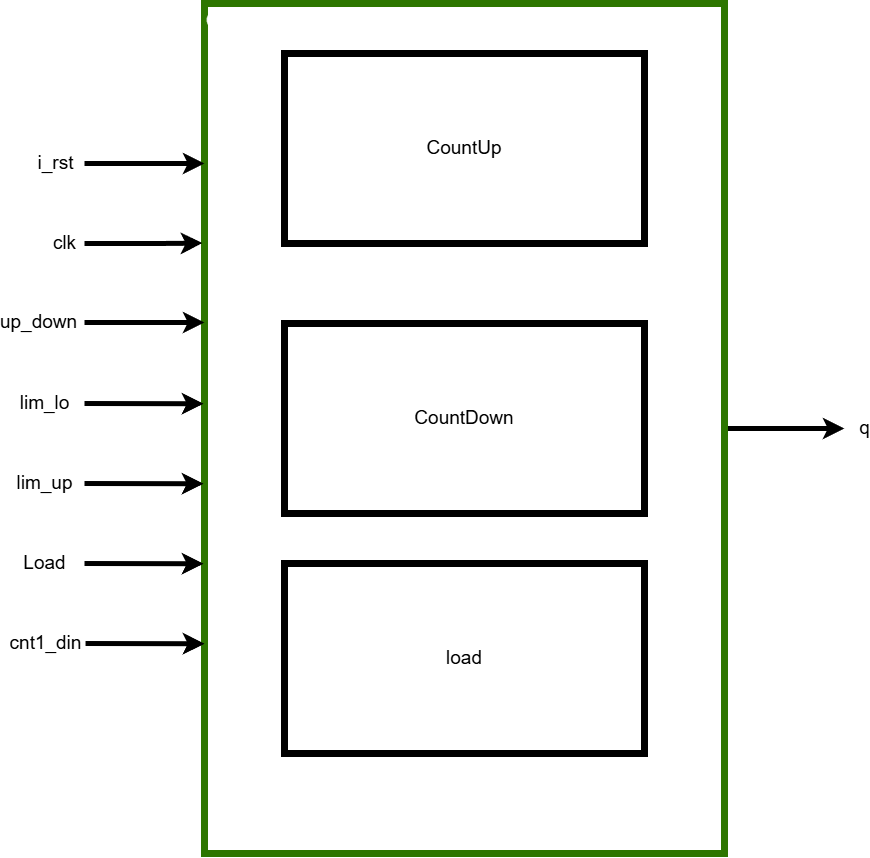
gordonpow/lab_hardware_test keeps this draw.io diagram as 2/img/架構圖.png. Above is the earlier version. Source tidied: cells renumbered, new cells last; positions are measured from the earlier drawing's top-left corner, leaving out a move shared by most shapes.
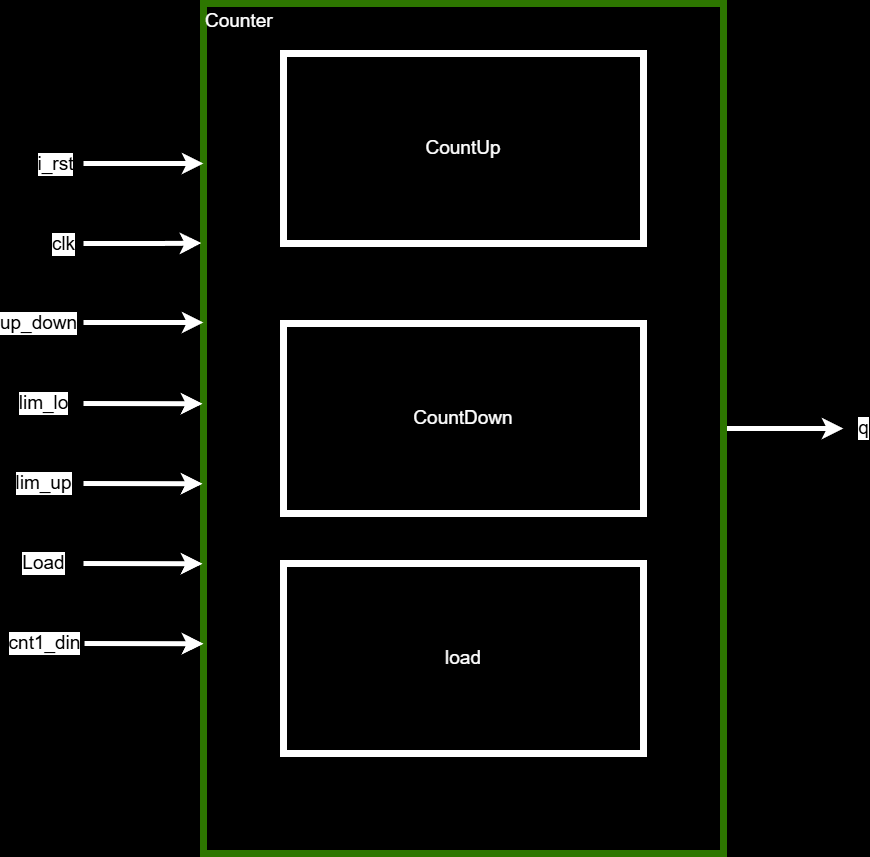
Above is the later version.

Diff of the diagram source:
```diff
@@ -1,8 +1,8 @@
-<mxGraphModel>
+<mxGraphModel background="#000000">
   <root>
     <mxCell id="0" />
     <mxCell id="1" parent="0" />
-    <mxCell id="2" value="q" style="edgeStyle=none;html=1;exitX=1;exitY=0.5;exitDx=0;exitDy=0;fontSize=19;strokeWidth=5;" parent="1" edge="1" source="3">
+    <mxCell id="2" value="q" style="edgeStyle=none;html=1;exitX=1;exitY=0.5;exitDx=0;exitDy=0;fontSize=19;strokeWidth=5;strokeColor=#FFFFFF;" parent="1" edge="1" source="3">
       <mxGeometry x="1" y="20" relative="1" as="geometry">
         <mxPoint x="760" y="425" as="targetPoint" />
         <mxPoint x="20" y="20" as="offset" />
@@ -11,13 +11,13 @@
     <mxCell id="3" value="Counter" style="rounded=0;whiteSpace=wrap;html=1;fillColor=none;fontColor=#ffffff;strokeColor=#2D7600;strokeWidth=7;align=left;horizontal=1;verticalAlign=top;fontSize=19;" parent="1" vertex="1">
       <mxGeometry x="120" width="520" height="850" as="geometry" />
     </mxCell>
-    <mxCell id="4" value="CountUp" style="rounded=0;whiteSpace=wrap;html=1;strokeWidth=7;fontSize=19;fillColor=none;" parent="1" vertex="1">
+    <mxCell id="4" value="&lt;font color=&quot;#ffffff&quot;&gt;CountUp&lt;/font&gt;" style="rounded=0;whiteSpace=wrap;html=1;strokeWidth=7;fontSize=19;fillColor=none;strokeColor=#FFFFFF;" parent="1" vertex="1">
       <mxGeometry x="200" y="50" width="360" height="190" as="geometry" />
     </mxCell>
-    <mxCell id="5" value="CountDown" style="rounded=0;whiteSpace=wrap;html=1;strokeWidth=7;fontSize=19;fillColor=none;" parent="1" vertex="1">
+    <mxCell id="5" value="&lt;font color=&quot;#ffffff&quot;&gt;CountDown&lt;/font&gt;" style="rounded=0;whiteSpace=wrap;html=1;strokeWidth=7;fontSize=19;fillColor=none;strokeColor=#FFFFFF;glass=0;shadow=0;" parent="1" vertex="1">
       <mxGeometry x="200" y="320" width="360" height="190" as="geometry" />
     </mxCell>
-    <mxCell id="6" style="endArrow=classic;html=1;fontSize=19;strokeWidth=5;" parent="1" edge="1">
+    <mxCell id="6" style="endArrow=classic;html=1;fontSize=19;strokeWidth=5;strokeColor=#FFFFFF;" parent="1" edge="1">
       <mxGeometry relative="1" as="geometry">
         <mxPoint y="160" as="sourcePoint" />
         <mxPoint x="120" y="160" as="targetPoint" />
@@ -28,7 +28,7 @@
         <mxPoint x="-109" y="-4" as="offset" />
       </mxGeometry>
     </mxCell>
-    <mxCell id="8" style="endArrow=classic;html=1;fontSize=19;strokeWidth=5;" parent="1" edge="1">
+    <mxCell id="8" style="endArrow=classic;html=1;fontSize=19;strokeWidth=5;strokeColor=#FFFFFF;" parent="1" edge="1">
       <mxGeometry relative="1" as="geometry">
         <mxPoint y="319" as="sourcePoint" />
         <mxPoint x="120" y="319" as="targetPoint" />
@@ -39,7 +39,7 @@
         <mxPoint x="-126" y="-4" as="offset" />
       </mxGeometry>
     </mxCell>
-    <mxCell id="10" style="endArrow=classic;html=1;fontSize=19;entryX=-0.004;entryY=0.666;entryDx=0;entryDy=0;entryPerimeter=0;strokeWidth=5;" parent="1" edge="1">
+    <mxCell id="10" style="endArrow=classic;html=1;fontSize=19;entryX=-0.004;entryY=0.666;entryDx=0;entryDy=0;entryPerimeter=0;strokeWidth=5;strokeColor=#FFFFFF;" parent="1" edge="1">
       <mxGeometry relative="1" as="geometry">
         <mxPoint y="240" as="sourcePoint" />
         <mxPoint x="117.9" y="239.6" as="targetPoint" />
@@ -54,31 +54,31 @@
         <mxPoint x="-103" as="offset" />
       </mxGeometry>
     </mxCell>
-    <mxCell id="12" value="&lt;font style=&quot;font-size: 19px;&quot;&gt;lim_lo&lt;/font&gt;" style="endArrow=classic;html=1;entryX=-0.002;entryY=0.565;entryDx=0;entryDy=0;entryPerimeter=0;strokeWidth=5;" parent="1" edge="1">
+    <mxCell id="12" value="&lt;font style=&quot;font-size: 19px;&quot;&gt;lim_lo&lt;/font&gt;" style="endArrow=classic;html=1;entryX=-0.002;entryY=0.565;entryDx=0;entryDy=0;entryPerimeter=0;strokeWidth=5;strokeColor=#FFFFFF;" parent="1" edge="1">
       <mxGeometry x="-1" y="-40" relative="1" as="geometry">
         <mxPoint y="400" as="sourcePoint" />
         <mxPoint x="119" y="400.2" as="targetPoint" />
         <mxPoint x="-40" y="-40" as="offset" />
       </mxGeometry>
     </mxCell>
-    <mxCell id="13" value="load" style="rounded=0;whiteSpace=wrap;html=1;strokeWidth=7;fontSize=19;fillColor=none;" parent="1" vertex="1">
+    <mxCell id="13" value="&lt;font color=&quot;#ffffff&quot;&gt;load&lt;/font&gt;" style="rounded=0;whiteSpace=wrap;html=1;strokeWidth=7;fontSize=19;fillColor=none;strokeColor=#FFFFFF;" parent="1" vertex="1">
       <mxGeometry x="200" y="560" width="360" height="190" as="geometry" />
     </mxCell>
-    <mxCell id="14" value="&lt;font style=&quot;font-size: 19px;&quot;&gt;lim_up&lt;/font&gt;" style="endArrow=classic;html=1;entryX=-0.002;entryY=0.565;entryDx=0;entryDy=0;entryPerimeter=0;strokeWidth=5;" parent="1" edge="1">
+    <mxCell id="14" value="&lt;font style=&quot;font-size: 19px;&quot;&gt;lim_up&lt;/font&gt;" style="endArrow=classic;html=1;entryX=-0.002;entryY=0.565;entryDx=0;entryDy=0;entryPerimeter=0;strokeWidth=5;strokeColor=#FFFFFF;" parent="1" edge="1">
       <mxGeometry x="-1" y="-40" relative="1" as="geometry">
         <mxPoint y="480" as="sourcePoint" />
         <mxPoint x="119" y="480.2" as="targetPoint" />
         <mxPoint x="-40" y="-40" as="offset" />
       </mxGeometry>
     </mxCell>
-    <mxCell id="15" value="&lt;font style=&quot;font-size: 19px;&quot;&gt;Load&lt;/font&gt;" style="endArrow=classic;html=1;entryX=-0.002;entryY=0.565;entryDx=0;entryDy=0;entryPerimeter=0;strokeWidth=5;" parent="1" edge="1">
+    <mxCell id="15" value="&lt;font style=&quot;font-size: 19px;&quot;&gt;Load&lt;/font&gt;" style="endArrow=classic;html=1;entryX=-0.002;entryY=0.565;entryDx=0;entryDy=0;entryPerimeter=0;strokeWidth=5;strokeColor=#FFFFFF;" parent="1" edge="1">
       <mxGeometry x="-1" y="-40" relative="1" as="geometry">
         <mxPoint y="560" as="sourcePoint" />
         <mxPoint x="119" y="560.2" as="targetPoint" />
         <mxPoint x="-40" y="-40" as="offset" />
       </mxGeometry>
     </mxCell>
-    <mxCell id="16" value="&lt;font style=&quot;font-size: 19px;&quot;&gt;cnt1_din&lt;/font&gt;" style="endArrow=classic;html=1;entryX=-0.002;entryY=0.565;entryDx=0;entryDy=0;entryPerimeter=0;strokeWidth=5;" parent="1" edge="1">
+    <mxCell id="16" value="&lt;font style=&quot;font-size: 19px;&quot;&gt;cnt1_din&lt;/font&gt;" style="endArrow=classic;html=1;entryX=-0.002;entryY=0.565;entryDx=0;entryDy=0;entryPerimeter=0;strokeWidth=5;strokeColor=#FFFFFF;" parent="1" edge="1">
       <mxGeometry x="-1" y="-40" relative="1" as="geometry">
         <mxPoint x="1" y="640" as="sourcePoint" />
         <mxPoint x="120" y="640.2" as="targetPoint" />
```
